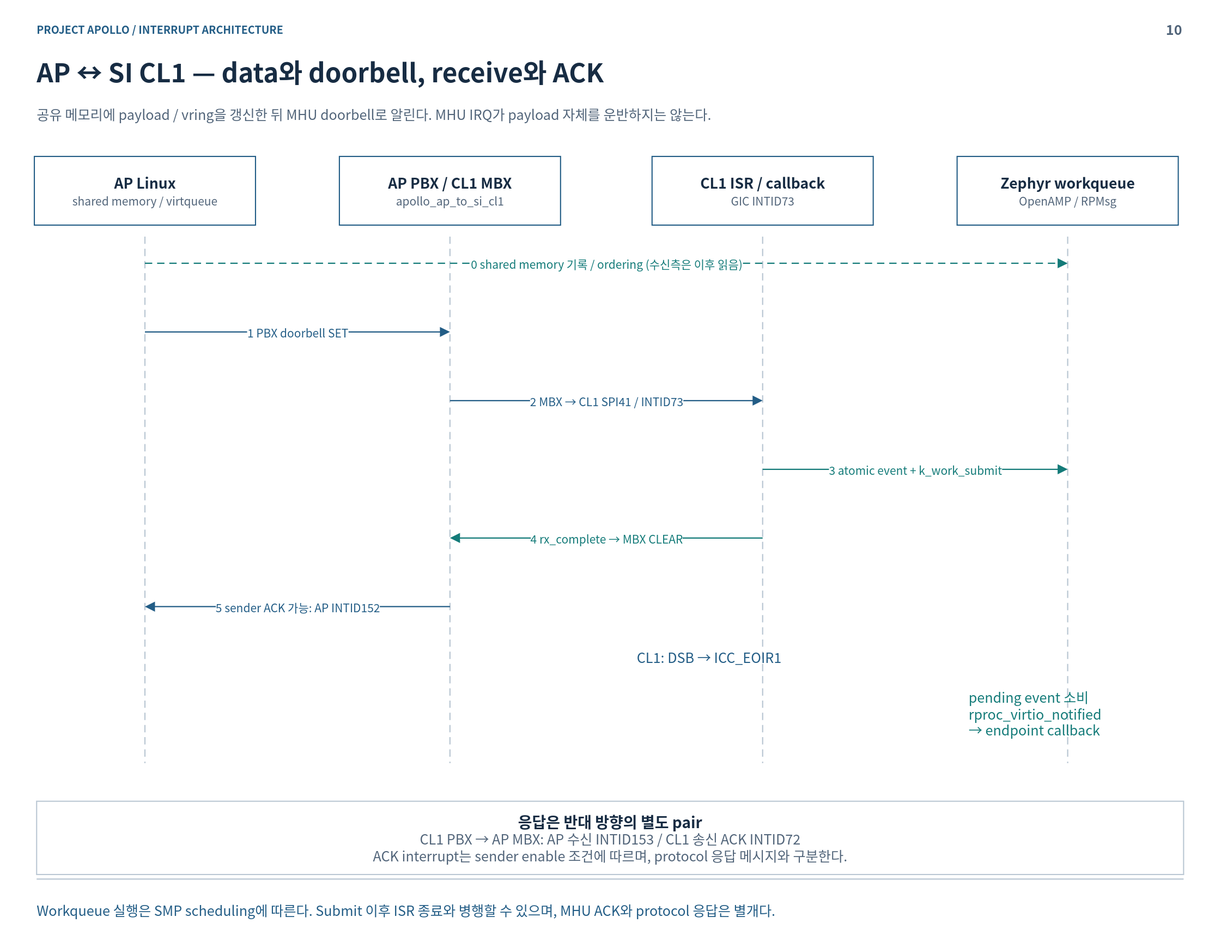
This is doc/phase1/interrupt/diagrams/10-mhu-sequence.drawio.svg from cometzero/project-apollo, a draw.io export, as it was before one commit. Source tidied: cells renumbered, new cells last; positions are measured from the earlier drawing's top-left corner, leaving out a move shared by most shapes.
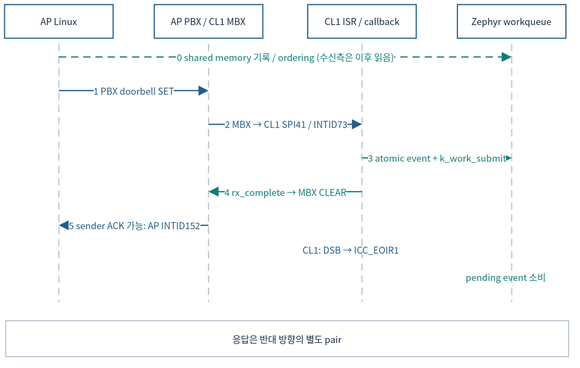
After the change.

Change to the diagram source:
```diff
@@ -2,110 +2,86 @@
   <root>
     <mxCell id="0" />
     <mxCell id="1" parent="0" />
-    <mxCell id="2" style="rounded=0;whiteSpace=wrap;html=1;fillColor=#FFFFFF;strokeColor=none;strokeWidth=1.5;fontColor=#172C43;fontFamily=Noto Sans CJK KR;fontSize=18;spacing=14;" parent="1" vertex="1">
-      <mxGeometry width="1600" height="1240" as="geometry" />
-    </mxCell>
-    <mxCell id="3" value="PROJECT APOLLO  /  INTERRUPT ARCHITECTURE" style="rounded=0;whiteSpace=wrap;html=1;fillColor=#FFFFFF;strokeColor=none;strokeWidth=1.5;fontColor=#172C43;fontFamily=Noto Sans CJK KR;fontSize=18;spacing=14;fillColor=none;align=left;verticalAlign=middle;spacing=0;fontSize=14;fontColor=#235D86;fontStyle=1;" parent="1" vertex="1">
-      <mxGeometry x="48" y="26" width="1400" height="24" as="geometry" />
-    </mxCell>
-    <mxCell id="4" value="10" style="rounded=0;whiteSpace=wrap;html=1;fillColor=#FFFFFF;strokeColor=none;strokeWidth=1.5;fontColor=#172C43;fontFamily=Noto Sans CJK KR;fontSize=18;spacing=14;fillColor=none;align=right;verticalAlign=middle;spacing=0;fontSize=18;fontColor=#52657A;fontStyle=1;" parent="1" vertex="1">
-      <mxGeometry x="1485" y="23" width="65" height="30" as="geometry" />
-    </mxCell>
-    <mxCell id="5" value="AP ↔ SI CL1 — data와 doorbell, receive와 ACK" style="rounded=0;whiteSpace=wrap;html=1;fillColor=#FFFFFF;strokeColor=none;strokeWidth=1.5;fontColor=#172C43;fontFamily=Noto Sans CJK KR;fontSize=18;spacing=14;fillColor=none;align=left;verticalAlign=middle;spacing=0;fontSize=34;fontColor=#172C43;fontStyle=1;" parent="1" vertex="1">
-      <mxGeometry x="48" y="67" width="1504" height="54" as="geometry" />
-    </mxCell>
-    <mxCell id="6" value="공유 메모리에 payload / vring을 갱신한 뒤 MHU doorbell로 알린다. MHU IRQ가 payload 자체를 운반하지는 않는다." style="rounded=0;whiteSpace=wrap;html=1;fillColor=#FFFFFF;strokeColor=none;strokeWidth=1.5;fontColor=#172C43;fontFamily=Noto Sans CJK KR;fontSize=18;spacing=14;fillColor=none;align=left;verticalAlign=middle;spacing=0;fontSize=18;fontColor=#52657A;" parent="1" vertex="1">
-      <mxGeometry x="48" y="127" width="1504" height="44" as="geometry" />
-    </mxCell>
-    <mxCell id="7" style="html=1;rounded=0;edgeStyle=none;endArrow=none;endSize=9;strokeColor=#BAC7D3;strokeWidth=1.6;fontColor=#BAC7D3;fontFamily=Noto Sans CJK KR;fontSize=15;labelBackgroundColor=#FFFFFF;" parent="1" edge="1">
-      <mxGeometry relative="1" as="geometry">
-        <mxPoint x="48" y="1152" as="sourcePoint" />
-        <mxPoint x="1552" y="1152" as="targetPoint" />
-      </mxGeometry>
-    </mxCell>
-    <mxCell id="8" value="Workqueue 실행은 SMP scheduling에 따른다. Submit 이후 ISR 종료와 병행할 수 있으며, MHU ACK와 protocol 응답은 별개다." style="rounded=0;whiteSpace=wrap;html=1;fillColor=#FFFFFF;strokeColor=none;strokeWidth=1.5;fontColor=#172C43;fontFamily=Noto Sans CJK KR;fontSize=18;spacing=14;fillColor=none;align=left;verticalAlign=middle;spacing=0;fontSize=18;fontColor=#235D86;" parent="1" vertex="1">
-      <mxGeometry x="48" y="1166" width="1504" height="52" as="geometry" />
-    </mxCell>
-    <mxCell id="9" value="&lt;b style=&quot;font-size:19px&quot;&gt;AP Linux&lt;/b&gt;&lt;br&gt;&lt;font color=&quot;#52657A&quot; style=&quot;font-size:15px&quot;&gt;shared memory / virtqueue&lt;/font&gt;" style="rounded=0;whiteSpace=wrap;html=1;fillColor=#FFFFFF;strokeColor=#235D86;strokeWidth=1.5;fontColor=#172C43;fontFamily=Noto Sans CJK KR;fontSize=18;spacing=14;" parent="1" vertex="1">
-      <mxGeometry x="45" y="205" width="290" height="90" as="geometry" />
+    <mxCell id="9" value="AP Linux" style="rounded=0;whiteSpace=wrap;html=1;fillColor=#FFFFFF;strokeColor=#235D86;strokeWidth=1.5;fontColor=#172C43;fontFamily=Noto Sans CJK KR;fontSize=12;spacing=3;whiteSpace=wrap;" parent="1" vertex="1">
+      <mxGeometry x="12" y="12" width="142.4" height="44.2" as="geometry" />
     </mxCell>
-    <mxCell id="10" style="html=1;rounded=0;edgeStyle=none;endArrow=none;endSize=9;strokeColor=#BAC7D3;strokeWidth=1.6;fontColor=#BAC7D3;fontFamily=Noto Sans CJK KR;fontSize=15;labelBackgroundColor=#FFFFFF;dashed=1;dashPattern=6 4;" parent="1" edge="1">
+    <mxCell id="10" style="html=1;rounded=0;edgeStyle=none;endArrow=none;endSize=9;strokeColor=#BAC7D3;strokeWidth=1.6;fontColor=#BAC7D3;fontFamily=Noto Sans CJK KR;labelBackgroundColor=#FFFFFF;dashed=1;dashPattern=6 4;fontSize=12;spacing=3;whiteSpace=nowrap;" parent="1" edge="1">
       <mxGeometry relative="1" as="geometry">
-        <mxPoint x="190" y="310" as="sourcePoint" />
-        <mxPoint x="190" y="1000" as="targetPoint" />
+        <mxPoint x="83.2" y="63.6" as="sourcePoint" />
+        <mxPoint x="83.2" y="402.4" as="targetPoint" />
       </mxGeometry>
     </mxCell>
-    <mxCell id="11" value="&lt;b style=&quot;font-size:19px&quot;&gt;AP PBX / CL1 MBX&lt;/b&gt;&lt;br&gt;&lt;font color=&quot;#52657A&quot; style=&quot;font-size:15px&quot;&gt;apollo_ap_to_si_cl1&lt;/font&gt;" style="rounded=0;whiteSpace=wrap;html=1;fillColor=#FFFFFF;strokeColor=#235D86;strokeWidth=1.5;fontColor=#172C43;fontFamily=Noto Sans CJK KR;fontSize=18;spacing=14;" parent="1" vertex="1">
-      <mxGeometry x="445" y="205" width="290" height="90" as="geometry" />
+    <mxCell id="11" value="AP PBX / CL1 MBX" style="rounded=0;whiteSpace=wrap;html=1;fillColor=#FFFFFF;strokeColor=#235D86;strokeWidth=1.5;fontColor=#172C43;fontFamily=Noto Sans CJK KR;fontSize=12;spacing=3;whiteSpace=wrap;" parent="1" vertex="1">
+      <mxGeometry x="208.4" y="12" width="142.4" height="44.2" as="geometry" />
     </mxCell>
-    <mxCell id="12" style="html=1;rounded=0;edgeStyle=none;endArrow=none;endSize=9;strokeColor=#BAC7D3;strokeWidth=1.6;fontColor=#BAC7D3;fontFamily=Noto Sans CJK KR;fontSize=15;labelBackgroundColor=#FFFFFF;dashed=1;dashPattern=6 4;" parent="1" edge="1">
+    <mxCell id="12" style="html=1;rounded=0;edgeStyle=none;endArrow=none;endSize=9;strokeColor=#BAC7D3;strokeWidth=1.6;fontColor=#BAC7D3;fontFamily=Noto Sans CJK KR;labelBackgroundColor=#FFFFFF;dashed=1;dashPattern=6 4;fontSize=12;spacing=3;whiteSpace=nowrap;" parent="1" edge="1">
       <mxGeometry relative="1" as="geometry">
-        <mxPoint x="590" y="310" as="sourcePoint" />
-        <mxPoint x="590" y="1000" as="targetPoint" />
+        <mxPoint x="279.6" y="63.6" as="sourcePoint" />
+        <mxPoint x="279.6" y="402.4" as="targetPoint" />
       </mxGeometry>
     </mxCell>
-    <mxCell id="13" value="&lt;b style=&quot;font-size:19px&quot;&gt;CL1 ISR / callback&lt;/b&gt;&lt;br&gt;&lt;font color=&quot;#52657A&quot; style=&quot;font-size:15px&quot;&gt;GIC INTID73&lt;/font&gt;" style="rounded=0;whiteSpace=wrap;html=1;fillColor=#FFFFFF;strokeColor=#235D86;strokeWidth=1.5;fontColor=#172C43;fontFamily=Noto Sans CJK KR;fontSize=18;spacing=14;" parent="1" vertex="1">
-      <mxGeometry x="855" y="205" width="290" height="90" as="geometry" />
+    <mxCell id="13" value="CL1 ISR / callback" style="rounded=0;whiteSpace=wrap;html=1;fillColor=#FFFFFF;strokeColor=#235D86;strokeWidth=1.5;fontColor=#172C43;fontFamily=Noto Sans CJK KR;fontSize=12;spacing=3;whiteSpace=wrap;" parent="1" vertex="1">
+      <mxGeometry x="409.7" y="12" width="142.4" height="44.2" as="geometry" />
     </mxCell>
-    <mxCell id="14" style="html=1;rounded=0;edgeStyle=none;endArrow=none;endSize=9;strokeColor=#BAC7D3;strokeWidth=1.6;fontColor=#BAC7D3;fontFamily=Noto Sans CJK KR;fontSize=15;labelBackgroundColor=#FFFFFF;dashed=1;dashPattern=6 4;" parent="1" edge="1">
+    <mxCell id="14" style="html=1;rounded=0;edgeStyle=none;endArrow=none;endSize=9;strokeColor=#BAC7D3;strokeWidth=1.6;fontColor=#BAC7D3;fontFamily=Noto Sans CJK KR;labelBackgroundColor=#FFFFFF;dashed=1;dashPattern=6 4;fontSize=12;spacing=3;whiteSpace=nowrap;" parent="1" edge="1">
       <mxGeometry relative="1" as="geometry">
-        <mxPoint x="1000" y="310" as="sourcePoint" />
-        <mxPoint x="1000" y="1000" as="targetPoint" />
+        <mxPoint x="480.9" y="63.6" as="sourcePoint" />
+        <mxPoint x="480.9" y="402.4" as="targetPoint" />
       </mxGeometry>
     </mxCell>
-    <mxCell id="15" value="&lt;b style=&quot;font-size:19px&quot;&gt;Zephyr workqueue&lt;/b&gt;&lt;br&gt;&lt;font color=&quot;#52657A&quot; style=&quot;font-size:15px&quot;&gt;OpenAMP / RPMsg&lt;/font&gt;" style="rounded=0;whiteSpace=wrap;html=1;fillColor=#FFFFFF;strokeColor=#235D86;strokeWidth=1.5;fontColor=#172C43;fontFamily=Noto Sans CJK KR;fontSize=18;spacing=14;" parent="1" vertex="1">
-      <mxGeometry x="1255" y="205" width="290" height="90" as="geometry" />
+    <mxCell id="15" value="Zephyr workqueue" style="rounded=0;whiteSpace=wrap;html=1;fillColor=#FFFFFF;strokeColor=#235D86;strokeWidth=1.5;fontColor=#172C43;fontFamily=Noto Sans CJK KR;fontSize=12;spacing=3;whiteSpace=wrap;" parent="1" vertex="1">
+      <mxGeometry x="606.2" y="12" width="142.4" height="44.2" as="geometry" />
     </mxCell>
-    <mxCell id="16" style="html=1;rounded=0;edgeStyle=none;endArrow=none;endSize=9;strokeColor=#BAC7D3;strokeWidth=1.6;fontColor=#BAC7D3;fontFamily=Noto Sans CJK KR;fontSize=15;labelBackgroundColor=#FFFFFF;dashed=1;dashPattern=6 4;" parent="1" edge="1">
+    <mxCell id="16" style="html=1;rounded=0;edgeStyle=none;endArrow=none;endSize=9;strokeColor=#BAC7D3;strokeWidth=1.6;fontColor=#BAC7D3;fontFamily=Noto Sans CJK KR;labelBackgroundColor=#FFFFFF;dashed=1;dashPattern=6 4;fontSize=12;spacing=3;whiteSpace=nowrap;" parent="1" edge="1">
       <mxGeometry relative="1" as="geometry">
-        <mxPoint x="1400" y="310" as="sourcePoint" />
-        <mxPoint x="1400" y="1000" as="targetPoint" />
+        <mxPoint x="677.4" y="63.6" as="sourcePoint" />
+        <mxPoint x="677.4" y="402.4" as="targetPoint" />
       </mxGeometry>
     </mxCell>
-    <mxCell id="17" value="0  shared memory 기록 / ordering (수신측은 이후 읽음)" style="html=1;rounded=0;edgeStyle=none;endArrow=block;endSize=9;strokeColor=#147B79;strokeWidth=1.6;fontColor=#147B79;fontFamily=Noto Sans CJK KR;fontSize=15;labelBackgroundColor=#FFFFFF;dashed=1;dashPattern=6 4;" parent="1" edge="1">
+    <mxCell id="17" value="0  shared memory 기록 / ordering (수신측은 이후 읽음)" style="html=1;rounded=0;edgeStyle=none;endArrow=block;endSize=9;strokeColor=#147B79;strokeWidth=1.6;fontColor=#147B79;fontFamily=Noto Sans CJK KR;labelBackgroundColor=#FFFFFF;dashed=1;dashPattern=6 4;fontSize=12;spacing=3;whiteSpace=nowrap;" parent="1" edge="1">
       <mxGeometry relative="1" as="geometry">
-        <mxPoint x="190" y="345" as="sourcePoint" />
-        <mxPoint x="1400" y="345" as="targetPoint" />
+        <mxPoint x="83.2" y="80.8" as="sourcePoint" />
+        <mxPoint x="677.4" y="80.8" as="targetPoint" />
       </mxGeometry>
     </mxCell>
-    <mxCell id="18" value="1  PBX doorbell SET" style="html=1;rounded=0;edgeStyle=none;endArrow=block;endSize=9;strokeColor=#235D86;strokeWidth=1.6;fontColor=#235D86;fontFamily=Noto Sans CJK KR;fontSize=15;labelBackgroundColor=#FFFFFF;" parent="1" edge="1">
+    <mxCell id="18" value="1  PBX doorbell SET" style="html=1;rounded=0;edgeStyle=none;endArrow=block;endSize=9;strokeColor=#235D86;strokeWidth=1.6;fontColor=#235D86;fontFamily=Noto Sans CJK KR;labelBackgroundColor=#FFFFFF;fontSize=12;spacing=3;whiteSpace=nowrap;" parent="1" edge="1">
       <mxGeometry relative="1" as="geometry">
-        <mxPoint x="190" y="435" as="sourcePoint" />
-        <mxPoint x="590" y="435" as="targetPoint" />
+        <mxPoint x="83.2" y="124.9" as="sourcePoint" />
+        <mxPoint x="279.6" y="124.9" as="targetPoint" />
       </mxGeometry>
     </mxCell>
-    <mxCell id="19" value="2  MBX → CL1 SPI41 / INTID73" style="html=1;rounded=0;edgeStyle=none;endArrow=block;endSize=9;strokeColor=#235D86;strokeWidth=1.6;fontColor=#235D86;fontFamily=Noto Sans CJK KR;fontSize=15;labelBackgroundColor=#FFFFFF;" parent="1" edge="1">
+    <mxCell id="19" value="2  MBX → CL1 SPI41 / INTID73" style="html=1;rounded=0;edgeStyle=none;endArrow=block;endSize=9;strokeColor=#235D86;strokeWidth=1.6;fontColor=#235D86;fontFamily=Noto Sans CJK KR;labelBackgroundColor=#FFFFFF;fontSize=12;spacing=3;whiteSpace=nowrap;" parent="1" edge="1">
       <mxGeometry relative="1" as="geometry">
-        <mxPoint x="590" y="525" as="sourcePoint" />
-        <mxPoint x="1000" y="525" as="targetPoint" />
+        <mxPoint x="279.6" y="169.1" as="sourcePoint" />
+        <mxPoint x="480.9" y="169.1" as="targetPoint" />
       </mxGeometry>
     </mxCell>
-    <mxCell id="20" value="3  atomic event + k_work_submit" style="html=1;rounded=0;edgeStyle=none;endArrow=block;endSize=9;strokeColor=#147B79;strokeWidth=1.6;fontColor=#147B79;fontFamily=Noto Sans CJK KR;fontSize=15;labelBackgroundColor=#FFFFFF;" parent="1" edge="1">
+    <mxCell id="20" value="3  atomic event + k_work_submit" style="html=1;rounded=0;edgeStyle=none;endArrow=block;endSize=9;strokeColor=#147B79;strokeWidth=1.6;fontColor=#147B79;fontFamily=Noto Sans CJK KR;labelBackgroundColor=#FFFFFF;fontSize=12;spacing=3;whiteSpace=nowrap;" parent="1" edge="1">
       <mxGeometry relative="1" as="geometry">
-        <mxPoint x="1000" y="615" as="sourcePoint" />
-        <mxPoint x="1400" y="615" as="targetPoint" />
+        <mxPoint x="480.9" y="213.3" as="sourcePoint" />
+        <mxPoint x="677.4" y="213.3" as="targetPoint" />
       </mxGeometry>
     </mxCell>
-    <mxCell id="21" value="4  rx_complete → MBX CLEAR" style="html=1;rounded=0;edgeStyle=none;endArrow=block;endSize=9;strokeColor=#147B79;strokeWidth=1.6;fontColor=#147B79;fontFamily=Noto Sans CJK KR;fontSize=15;labelBackgroundColor=#FFFFFF;" parent="1" edge="1">
+    <mxCell id="21" value="4  rx_complete → MBX CLEAR" style="html=1;rounded=0;edgeStyle=none;endArrow=block;endSize=9;strokeColor=#147B79;strokeWidth=1.6;fontColor=#147B79;fontFamily=Noto Sans CJK KR;labelBackgroundColor=#FFFFFF;fontSize=12;spacing=3;whiteSpace=nowrap;" parent="1" edge="1">
       <mxGeometry relative="1" as="geometry">
-        <mxPoint x="1000" y="705" as="sourcePoint" />
-        <mxPoint x="590" y="705" as="targetPoint" />
+        <mxPoint x="480.9" y="257.5" as="sourcePoint" />
+        <mxPoint x="279.6" y="257.5" as="targetPoint" />
       </mxGeometry>
     </mxCell>
-    <mxCell id="22" value="5  sender ACK 가능: AP INTID152" style="html=1;rounded=0;edgeStyle=none;endArrow=block;endSize=9;strokeColor=#235D86;strokeWidth=1.6;fontColor=#235D86;fontFamily=Noto Sans CJK KR;fontSize=15;labelBackgroundColor=#FFFFFF;" parent="1" edge="1">
+    <mxCell id="22" value="5  sender ACK 가능: AP INTID152" style="html=1;rounded=0;edgeStyle=none;endArrow=block;endSize=9;strokeColor=#235D86;strokeWidth=1.6;fontColor=#235D86;fontFamily=Noto Sans CJK KR;labelBackgroundColor=#FFFFFF;fontSize=12;spacing=3;whiteSpace=nowrap;" parent="1" edge="1">
       <mxGeometry relative="1" as="geometry">
-        <mxPoint x="590" y="795" as="sourcePoint" />
-        <mxPoint x="190" y="795" as="targetPoint" />
+        <mxPoint x="279.6" y="301.7" as="sourcePoint" />
+        <mxPoint x="83.2" y="301.7" as="targetPoint" />
       </mxGeometry>
     </mxCell>
-    <mxCell id="23" value="CL1: DSB → ICC_EOIR1" style="rounded=0;whiteSpace=wrap;html=1;fillColor=#FFFFFF;strokeColor=none;strokeWidth=1.5;fontColor=#172C43;fontFamily=Noto Sans CJK KR;fontSize=18;spacing=14;fillColor=none;align=left;verticalAlign=middle;spacing=0;fontSize=18;fontColor=#235D86;" parent="1" vertex="1">
-      <mxGeometry x="835" y="843" width="420" height="35" as="geometry" />
+    <mxCell id="23" value="CL1: DSB → ICC_EOIR1" style="rounded=0;whiteSpace=wrap;html=1;fillColor=#FFFFFF;strokeColor=none;strokeWidth=1.5;fontColor=#172C43;fontFamily=Noto Sans CJK KR;fillColor=none;align=left;verticalAlign=middle;fontColor=#235D86;fontSize=12;spacing=3;whiteSpace=wrap;" parent="1" vertex="1">
+      <mxGeometry x="399.9" y="325.3" width="206.2" height="17.2" as="geometry" />
     </mxCell>
-    <mxCell id="24" value="pending event 소비&lt;br&gt;rproc_virtio_notified&lt;br&gt;→ endpoint callback" style="rounded=0;whiteSpace=wrap;html=1;fillColor=#FFFFFF;strokeColor=none;strokeWidth=1.5;fontColor=#172C43;fontFamily=Noto Sans CJK KR;fontSize=18;spacing=14;fillColor=none;align=left;verticalAlign=middle;spacing=0;fontSize=18;fontColor=#147B79;" parent="1" vertex="1">
-      <mxGeometry x="1270" y="890" width="275" height="90" as="geometry" />
+    <mxCell id="24" value="pending event 소비" style="rounded=0;whiteSpace=wrap;html=1;fillColor=#FFFFFF;strokeColor=none;strokeWidth=1.5;fontColor=#172C43;fontFamily=Noto Sans CJK KR;fillColor=none;align=left;verticalAlign=middle;fontColor=#147B79;fontSize=12;spacing=3;whiteSpace=wrap;" parent="1" vertex="1">
+      <mxGeometry x="613.5" y="348.4" width="135" height="44.2" as="geometry" />
     </mxCell>
-    <mxCell id="25" value="&lt;b style=&quot;font-size:20px&quot;&gt;응답은 반대 방향의 별도 pair&lt;/b&gt;&lt;br&gt;&lt;font color=&quot;#52657A&quot; style=&quot;font-size:18px&quot;&gt;CL1 PBX → AP MBX: AP 수신 INTID153 / CL1 송신 ACK INTID72&lt;br&gt;ACK interrupt는 sender enable 조건에 따르며, protocol 응답 메시지와 구분한다.&lt;/font&gt;" style="rounded=0;whiteSpace=wrap;html=1;fillColor=#FFFFFF;strokeColor=#BAC7D3;strokeWidth=1.5;fontColor=#172C43;fontFamily=Noto Sans CJK KR;fontSize=18;spacing=14;" parent="1" vertex="1">
-      <mxGeometry x="48" y="1050" width="1504" height="96" as="geometry" />
+    <mxCell id="25" value="응답은 반대 방향의 별도 pair" style="rounded=0;whiteSpace=wrap;html=1;fillColor=#FFFFFF;strokeColor=#BAC7D3;strokeWidth=1.5;fontColor=#172C43;fontFamily=Noto Sans CJK KR;fontSize=12;spacing=3;whiteSpace=wrap;" parent="1" vertex="1">
+      <mxGeometry x="13.5" y="426.9" width="738.5" height="47.1" as="geometry" />
     </mxCell>
   </root>
 </mxGraphModel>
```
